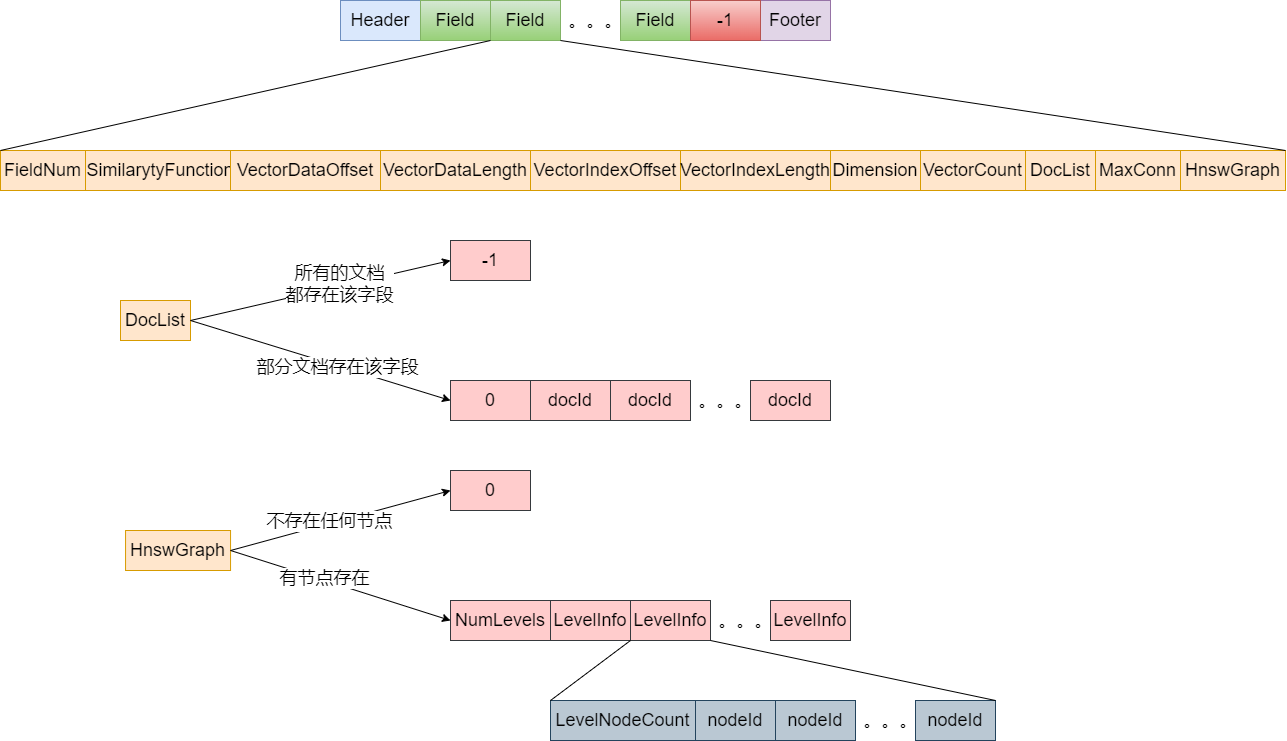
This is .settings/vem向量元信息文件结构.drawio.png from zjcDM/MRMD, a draw.io export, as it was before one commit. Source tidied: cells renumbered, new cells last; positions are measured from the earlier drawing's top-left corner, leaving out a move shared by most shapes.
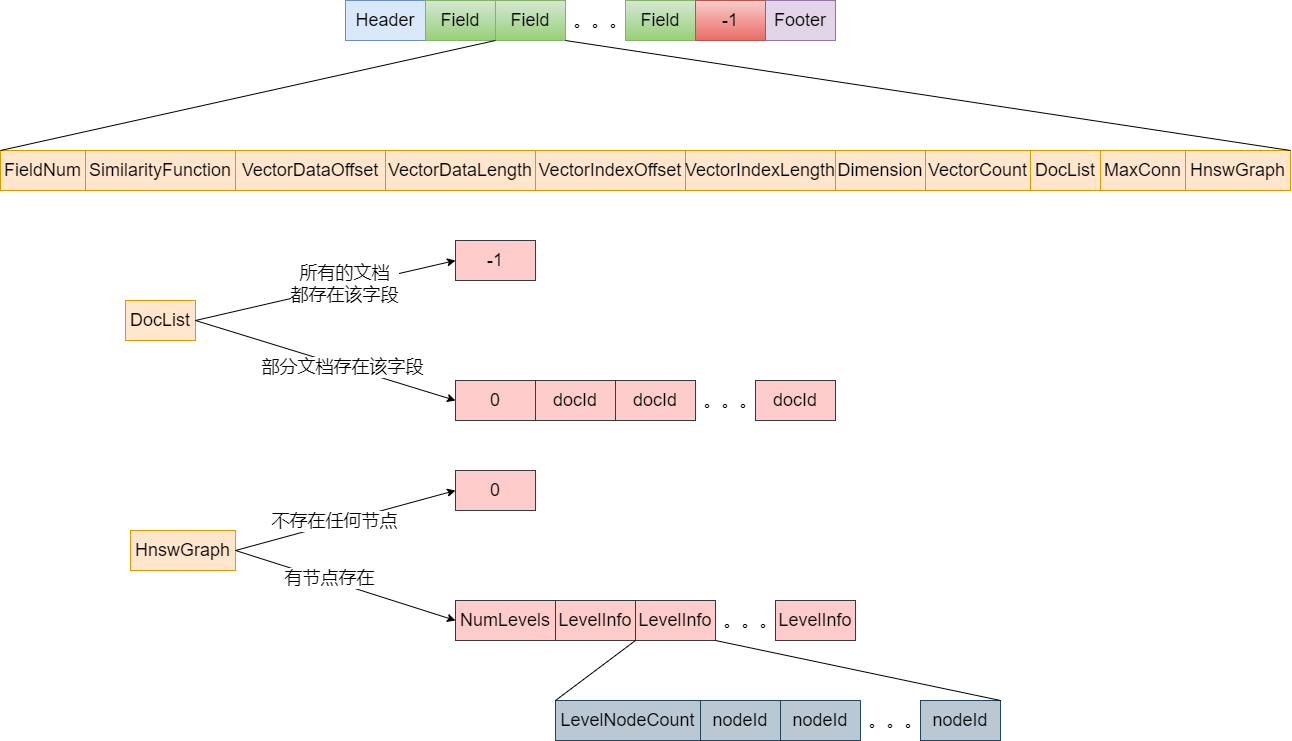
After the change.

Commit message:
更新vem向量元信息文件结构.drawio.png

Diff of the diagram source:
```diff
@@ -15,10 +15,10 @@
       <mxGeometry x="340" width="80" height="40" as="geometry" />
     </mxCell>
     <mxCell id="6" value="&lt;font style=&quot;font-size: 18px&quot;&gt;FieldNum&lt;/font&gt;" style="rounded=0;whiteSpace=wrap;html=1;fillColor=#ffe6cc;strokeColor=#d79b00;" parent="1" vertex="1">
-      <mxGeometry y="150" width="85" height="40" as="geometry" />
+      <mxGeometry x="-5" y="150" width="85" height="40" as="geometry" />
     </mxCell>
-    <mxCell id="7" value="&lt;font style=&quot;font-size: 18px&quot;&gt;SimilarytyFunction&lt;/font&gt;" style="rounded=0;whiteSpace=wrap;html=1;fillColor=#ffe6cc;strokeColor=#d79b00;" parent="1" vertex="1">
-      <mxGeometry x="85" y="150" width="150" height="40" as="geometry" />
+    <mxCell id="7" value="&lt;font style=&quot;font-size: 18px&quot;&gt;SimilarityFunction&lt;/font&gt;" style="rounded=0;whiteSpace=wrap;html=1;fillColor=#ffe6cc;strokeColor=#d79b00;" parent="1" vertex="1">
+      <mxGeometry x="80" y="150" width="150" height="40" as="geometry" />
     </mxCell>
     <mxCell id="8" value="&lt;font style=&quot;font-size: 18px&quot;&gt;Field&lt;/font&gt;" style="rounded=0;whiteSpace=wrap;html=1;fillColor=#d5e8d4;strokeColor=#82b366;gradientColor=#97d077;" parent="1" vertex="1">
       <mxGeometry x="420" width="70" height="40" as="geometry" />
```
